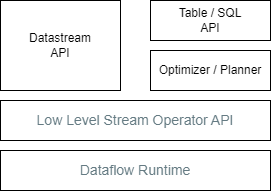
jbcodeforce/flink-studies keeps this draw.io diagram as docs/architecture/diagrams/flink-apis.drawio.png. Above is the earlier version. Source tidied: cells renumbered, new cells last; positions are measured from the earlier drawing's top-left corner, leaving out a move shared by most shapes. Source of this version:
```xml
<mxGraphModel>
  <root>
    <mxCell id="0" />
    <mxCell id="1" parent="0" />
    <mxCell id="2" value="Table / SQL&lt;br&gt;API" style="rounded=0;whiteSpace=wrap;html=1;" parent="1" vertex="1">
      <mxGeometry x="150" width="120" height="40" as="geometry" />
    </mxCell>
    <mxCell id="3" value="Datastream&lt;br&gt;API" style="rounded=0;whiteSpace=wrap;html=1;" parent="1" vertex="1">
      <mxGeometry width="120" height="90" as="geometry" />
    </mxCell>
    <mxCell id="4" value="Optimizer / Planner" style="rounded=0;whiteSpace=wrap;html=1;" parent="1" vertex="1">
      <mxGeometry x="150" y="50" width="120" height="40" as="geometry" />
    </mxCell>
    <mxCell id="5" value="&lt;div style=&quot;color: rgb(101, 123, 131); font-size: 14px; line-height: 19px;&quot;&gt;Low Level Stream Operator API&lt;/div&gt;" style="rounded=0;whiteSpace=wrap;html=1;" parent="1" vertex="1">
      <mxGeometry y="100" width="270" height="40" as="geometry" />
    </mxCell>
    <mxCell id="6" value="&lt;div style=&quot;color: rgb(101, 123, 131); font-size: 14px; line-height: 19px;&quot;&gt;Dataflow Runtime&lt;/div&gt;" style="rounded=0;whiteSpace=wrap;html=1;" parent="1" vertex="1">
      <mxGeometry y="150" width="270" height="40" as="geometry" />
    </mxCell>
  </root>
</mxGraphModel>
```
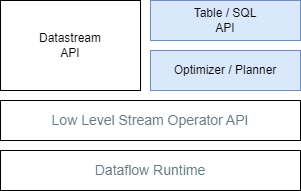
The same file after the commit.

What changed in the source:
```diff
@@ -2,20 +2,20 @@
   <root>
     <mxCell id="0" />
     <mxCell id="1" parent="0" />
-    <mxCell id="2" value="Table / SQL&lt;br&gt;API" style="rounded=0;whiteSpace=wrap;html=1;" parent="1" vertex="1">
-      <mxGeometry x="150" width="120" height="40" as="geometry" />
+    <mxCell id="2" value="Table / SQL&lt;br&gt;API" style="rounded=0;whiteSpace=wrap;html=1;fillColor=#dae8fc;strokeColor=#6c8ebf;" parent="1" vertex="1">
+      <mxGeometry x="150" width="150" height="40" as="geometry" />
     </mxCell>
     <mxCell id="3" value="Datastream&lt;br&gt;API" style="rounded=0;whiteSpace=wrap;html=1;" parent="1" vertex="1">
-      <mxGeometry width="120" height="90" as="geometry" />
+      <mxGeometry width="140" height="90" as="geometry" />
     </mxCell>
-    <mxCell id="4" value="Optimizer / Planner" style="rounded=0;whiteSpace=wrap;html=1;" parent="1" vertex="1">
-      <mxGeometry x="150" y="50" width="120" height="40" as="geometry" />
+    <mxCell id="4" value="Optimizer / Planner" style="rounded=0;whiteSpace=wrap;html=1;fillColor=#dae8fc;strokeColor=#6c8ebf;" parent="1" vertex="1">
+      <mxGeometry x="150" y="50" width="150" height="40" as="geometry" />
     </mxCell>
     <mxCell id="5" value="&lt;div style=&quot;color: rgb(101, 123, 131); font-size: 14px; line-height: 19px;&quot;&gt;Low Level Stream Operator API&lt;/div&gt;" style="rounded=0;whiteSpace=wrap;html=1;" parent="1" vertex="1">
-      <mxGeometry y="100" width="270" height="40" as="geometry" />
+      <mxGeometry y="100" width="300" height="40" as="geometry" />
     </mxCell>
     <mxCell id="6" value="&lt;div style=&quot;color: rgb(101, 123, 131); font-size: 14px; line-height: 19px;&quot;&gt;Dataflow Runtime&lt;/div&gt;" style="rounded=0;whiteSpace=wrap;html=1;" parent="1" vertex="1">
-      <mxGeometry y="150" width="270" height="40" as="geometry" />
+      <mxGeometry y="150" width="300" height="40" as="geometry" />
     </mxCell>
   </root>
 </mxGraphModel>
```
